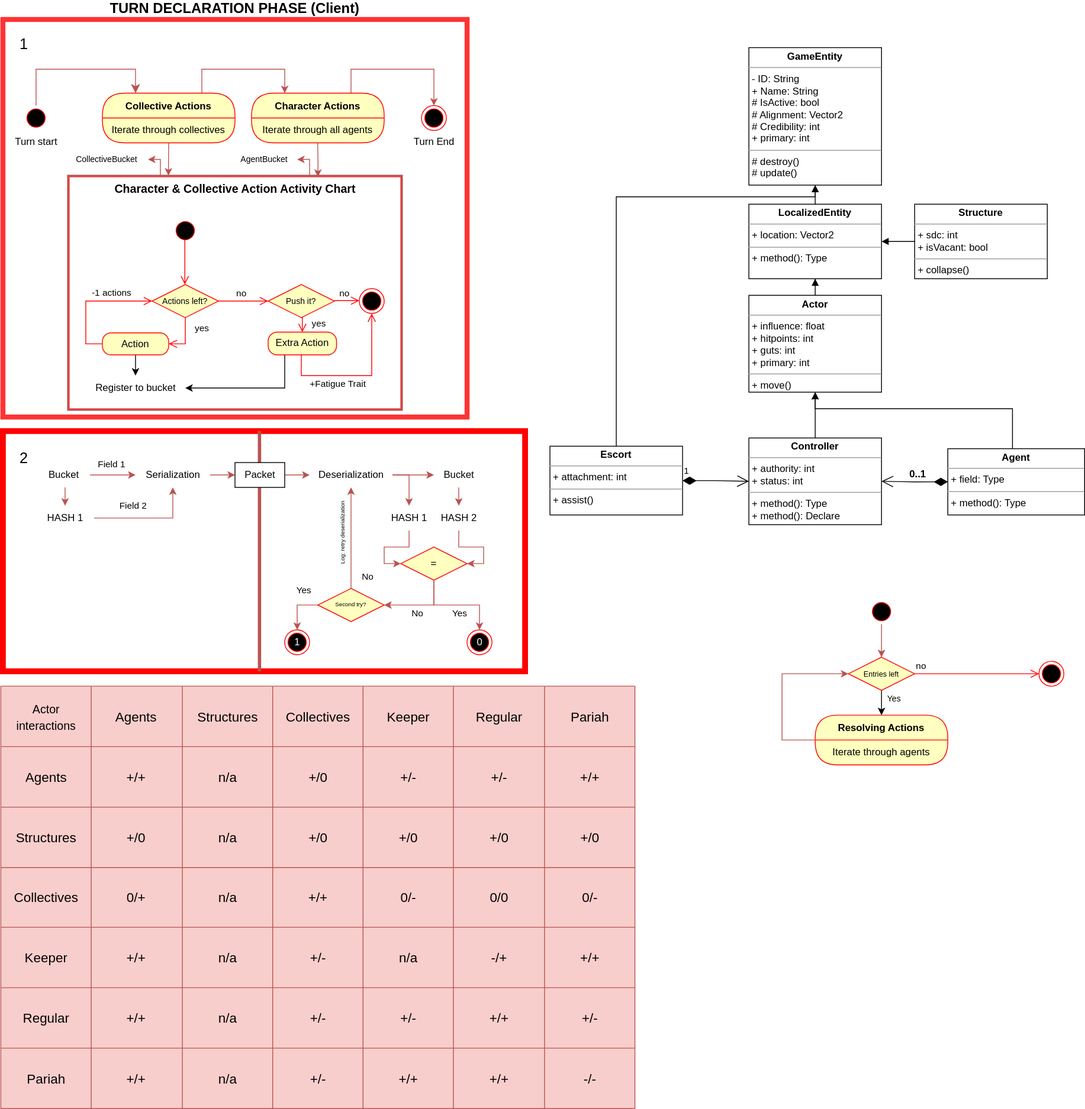
Above: TheProspector/Assets/Schematics/Activity.svg in SakuNurmiranta/TheProspector (draw.io), before the change. Source tidied: cells renumbered, new cells last; positions are measured from the earlier drawing's top-left corner, leaving out a move shared by most shapes.
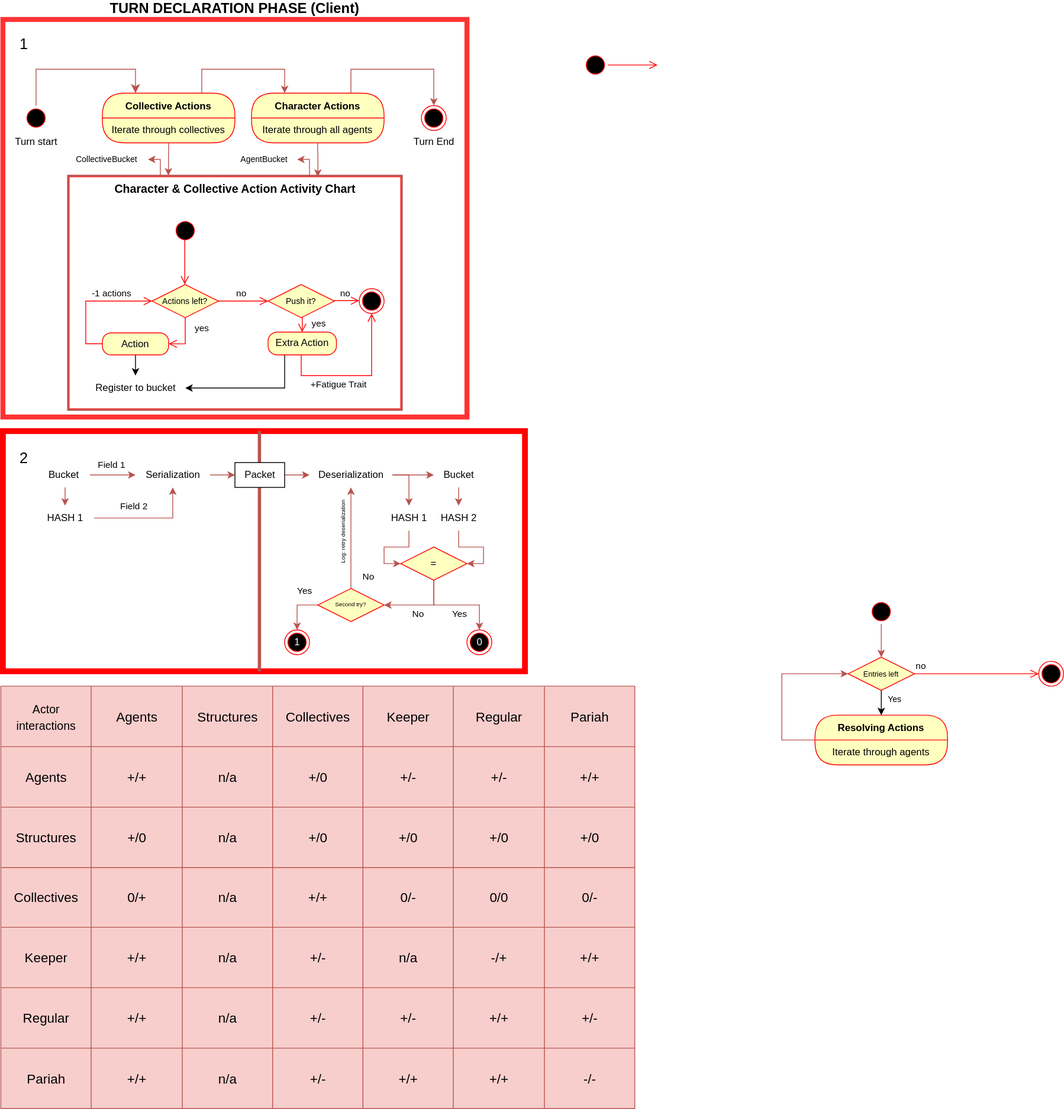
The same file after the commit.

Change to the diagram source:
```diff
@@ -537,60 +537,13 @@
     <mxCell id="147" value="1&lt;br style=&quot;font-size: 18px;&quot;&gt;" style="text;html=1;align=center;verticalAlign=middle;strokeColor=none;fillColor=none;fontSize=18;" parent="1" vertex="1">
       <mxGeometry x="12" y="10" width="30" height="40" as="geometry" />
     </mxCell>
-    <mxCell id="148" value="&lt;p style=&quot;margin:0px;margin-top:4px;text-align:center;&quot;&gt;&lt;b&gt;GameEntity&lt;/b&gt;&lt;/p&gt;&lt;hr size=&quot;1&quot;&gt;&lt;p style=&quot;margin:0px;margin-left:4px;&quot;&gt;- ID: String&lt;/p&gt;&lt;p style=&quot;border-color: var(--border-color); margin: 0px 0px 0px 4px;&quot;&gt;+ Name: String&lt;/p&gt;&lt;p style=&quot;border-color: var(--border-color); margin: 0px 0px 0px 4px;&quot;&gt;# IsActive: bool&lt;/p&gt;&lt;p style=&quot;border-color: var(--border-color); margin: 0px 0px 0px 4px;&quot;&gt;# Alignment: Vector2&lt;/p&gt;&lt;p style=&quot;border-color: var(--border-color); margin: 0px 0px 0px 4px;&quot;&gt;# Credibility: int&lt;/p&gt;&lt;p style=&quot;border-color: var(--border-color); margin: 0px 0px 0px 4px;&quot;&gt;+ primary: int&lt;/p&gt;&lt;hr size=&quot;1&quot;&gt;&lt;p style=&quot;margin:0px;margin-left:4px;&quot;&gt;&lt;span style=&quot;background-color: initial;&quot;&gt;# destroy()&lt;/span&gt;&lt;br&gt;&lt;/p&gt;&lt;p style=&quot;margin:0px;margin-left:4px;&quot;&gt;# update()&lt;/p&gt;" style="verticalAlign=top;align=left;overflow=fill;fontSize=12;fontFamily=Helvetica;html=1;whiteSpace=wrap;" parent="1" vertex="1">
-      <mxGeometry x="902" y="34" width="160" height="166" as="geometry" />
-    </mxCell>
-    <mxCell id="149" style="edgeStyle=orthogonalEdgeStyle;rounded=0;jettySize=auto;html=1;entryX=0.5;entryY=1;entryDx=0;entryDy=0;endArrow=block;endFill=1;" parent="1" edge="1" source="150" target="155">
-      <mxGeometry relative="1" as="geometry" />
-    </mxCell>
-    <mxCell id="150" value="&lt;p style=&quot;margin:0px;margin-top:4px;text-align:center;&quot;&gt;&lt;b&gt;Controller&lt;/b&gt;&lt;/p&gt;&lt;hr size=&quot;1&quot;&gt;&lt;p style=&quot;margin:0px;margin-left:4px;&quot;&gt;+ authority: int&lt;/p&gt;&lt;p style=&quot;margin:0px;margin-left:4px;&quot;&gt;+ status: int&lt;/p&gt;&lt;hr size=&quot;1&quot;&gt;&lt;p style=&quot;margin:0px;margin-left:4px;&quot;&gt;+ method(): Type&lt;/p&gt;&lt;p style=&quot;margin:0px;margin-left:4px;&quot;&gt;+ method(): Declare&lt;/p&gt;" style="verticalAlign=top;align=left;overflow=fill;fontSize=12;fontFamily=Helvetica;html=1;whiteSpace=wrap;" parent="1" vertex="1">
-      <mxGeometry x="902" y="505.3" width="160" height="104.7" as="geometry" />
-    </mxCell>
-    <mxCell id="151" style="edgeStyle=orthogonalEdgeStyle;rounded=0;jettySize=auto;html=1;entryX=0.5;entryY=1;entryDx=0;entryDy=0;" parent="1" edge="1" source="152" target="155">
-      <mxGeometry relative="1" as="geometry">
-        <Array as="points">
-          <mxPoint x="1220" y="470" />
-          <mxPoint x="982" y="470" />
-        </Array>
-      </mxGeometry>
-    </mxCell>
-    <mxCell id="152" value="&lt;p style=&quot;margin:0px;margin-top:4px;text-align:center;&quot;&gt;&lt;b&gt;Agent&lt;/b&gt;&lt;/p&gt;&lt;hr size=&quot;1&quot;&gt;&lt;p style=&quot;margin:0px;margin-left:4px;&quot;&gt;+ field: Type&lt;/p&gt;&lt;hr size=&quot;1&quot;&gt;&lt;p style=&quot;margin:0px;margin-left:4px;&quot;&gt;+ method(): Type&lt;/p&gt;" style="verticalAlign=top;align=left;overflow=fill;fontSize=12;fontFamily=Helvetica;html=1;whiteSpace=wrap;" parent="1" vertex="1">
-      <mxGeometry x="1142" y="518.2" width="165" height="80" as="geometry" />
-    </mxCell>
-    <mxCell id="153" value="&lt;font style=&quot;font-size: 12px;&quot;&gt;&lt;b&gt;0..1&lt;/b&gt;&lt;/font&gt;" style="endArrow=open;html=1;endSize=12;startArrow=diamondThin;startSize=14;startFill=1;edgeStyle=orthogonalEdgeStyle;align=left;verticalAlign=bottom;rounded=0;exitX=0;exitY=0.5;exitDx=0;exitDy=0;entryX=1;entryY=0.5;entryDx=0;entryDy=0;" parent="1" edge="1" source="152" target="150">
-      <mxGeometry x="0.2" relative="1" as="geometry" />
-    </mxCell>
-    <mxCell id="154" style="edgeStyle=orthogonalEdgeStyle;rounded=0;jettySize=auto;html=1;endArrow=block;endFill=1;" parent="1" edge="1" source="155" target="160">
-      <mxGeometry relative="1" as="geometry" />
-    </mxCell>
-    <mxCell id="155" value="&lt;p style=&quot;margin:0px;margin-top:4px;text-align:center;&quot;&gt;&lt;b&gt;Actor&lt;/b&gt;&lt;/p&gt;&lt;hr size=&quot;1&quot;&gt;&lt;p style=&quot;margin:0px;margin-left:4px;&quot;&gt;&lt;span style=&quot;background-color: initial;&quot;&gt;+ influence: float&lt;/span&gt;&lt;br&gt;&lt;/p&gt;&lt;p style=&quot;margin:0px;margin-left:4px;&quot;&gt;&lt;span style=&quot;background-color: initial;&quot;&gt;+ hitpoints: int&lt;/span&gt;&lt;/p&gt;&lt;p style=&quot;margin:0px;margin-left:4px;&quot;&gt;&lt;span style=&quot;background-color: initial;&quot;&gt;+ guts: int&lt;/span&gt;&lt;/p&gt;&lt;p style=&quot;margin:0px;margin-left:4px;&quot;&gt;&lt;span style=&quot;background-color: initial;&quot;&gt;+ primary: int&lt;/span&gt;&lt;/p&gt;&lt;hr size=&quot;1&quot;&gt;&lt;p style=&quot;margin:0px;margin-left:4px;&quot;&gt;+ move()&lt;/p&gt;" style="verticalAlign=top;align=left;overflow=fill;fontSize=12;fontFamily=Helvetica;html=1;whiteSpace=wrap;" parent="1" vertex="1">
-      <mxGeometry x="902" y="333.1" width="160" height="116.9" as="geometry" />
-    </mxCell>
-    <mxCell id="156" style="edgeStyle=orthogonalEdgeStyle;rounded=0;jettySize=auto;html=1;entryX=0.5;entryY=1;entryDx=0;entryDy=0;endArrow=block;endFill=1;" parent="1" edge="1" source="157" target="148">
-      <mxGeometry relative="1" as="geometry">
-        <Array as="points">
-          <mxPoint x="742" y="214.1" />
-          <mxPoint x="982" y="214.1" />
-        </Array>
-      </mxGeometry>
-    </mxCell>
-    <mxCell id="157" value="&lt;p style=&quot;margin:0px;margin-top:4px;text-align:center;&quot;&gt;&lt;b&gt;Escort&lt;/b&gt;&lt;/p&gt;&lt;hr size=&quot;1&quot;&gt;&lt;p style=&quot;margin:0px;margin-left:4px;&quot;&gt;+ attachment: int&lt;br&gt;&lt;/p&gt;&lt;hr size=&quot;1&quot;&gt;&lt;p style=&quot;margin:0px;margin-left:4px;&quot;&gt;+ assist()&lt;/p&gt;" style="verticalAlign=top;align=left;overflow=fill;fontSize=12;fontFamily=Helvetica;html=1;whiteSpace=wrap;" parent="1" vertex="1">
-      <mxGeometry x="662" y="515.2" width="160" height="83" as="geometry" />
-    </mxCell>
-    <mxCell id="158" value="1" style="endArrow=open;html=1;endSize=12;startArrow=diamondThin;startSize=14;startFill=1;edgeStyle=orthogonalEdgeStyle;align=left;verticalAlign=bottom;rounded=0;" parent="1" edge="1" source="157" target="150">
-      <mxGeometry x="-1" y="3" relative="1" as="geometry" />
-    </mxCell>
-    <mxCell id="159" style="edgeStyle=orthogonalEdgeStyle;rounded=0;jettySize=auto;html=1;endArrow=block;endFill=1;" parent="1" edge="1" source="160" target="148">
-      <mxGeometry relative="1" as="geometry" />
-    </mxCell>
-    <mxCell id="160" value="&lt;p style=&quot;margin:0px;margin-top:4px;text-align:center;&quot;&gt;&lt;b&gt;LocalizedEntity&lt;/b&gt;&lt;/p&gt;&lt;hr size=&quot;1&quot;&gt;&lt;p style=&quot;margin:0px;margin-left:4px;&quot;&gt;+ location: Vector2&lt;/p&gt;&lt;hr size=&quot;1&quot;&gt;&lt;p style=&quot;margin:0px;margin-left:4px;&quot;&gt;+ method(): Type&lt;/p&gt;" style="verticalAlign=top;align=left;overflow=fill;fontSize=12;fontFamily=Helvetica;html=1;whiteSpace=wrap;" parent="1" vertex="1">
-      <mxGeometry x="902" y="223.1" width="160" height="90" as="geometry" />
-    </mxCell>
-    <mxCell id="161" style="edgeStyle=orthogonalEdgeStyle;rounded=0;jettySize=auto;html=1;entryX=1;entryY=0.5;entryDx=0;entryDy=0;endArrow=block;endFill=1;" parent="1" edge="1" source="162" target="160">
-      <mxGeometry relative="1" as="geometry" />
+    <mxCell id="161" style="ellipse;html=1;shape=startState;fillColor=#000000;strokeColor=#ff0000;rotation=-90;" parent="1" vertex="1">
+      <mxGeometry x="702" y="40" width="30" height="30" as="geometry" />
     </mxCell>
-    <mxCell id="162" value="&lt;p style=&quot;margin:0px;margin-top:4px;text-align:center;&quot;&gt;&lt;b&gt;Structure&lt;/b&gt;&lt;/p&gt;&lt;hr size=&quot;1&quot;&gt;&lt;p style=&quot;margin:0px;margin-left:4px;&quot;&gt;+ sdc: int&lt;/p&gt;&lt;p style=&quot;margin:0px;margin-left:4px;&quot;&gt;+ isVacant: bool&lt;/p&gt;&lt;hr size=&quot;1&quot;&gt;&lt;p style=&quot;margin:0px;margin-left:4px;&quot;&gt;+ collapse()&lt;/p&gt;" style="verticalAlign=top;align=left;overflow=fill;fontSize=12;fontFamily=Helvetica;html=1;whiteSpace=wrap;" parent="1" vertex="1">
-      <mxGeometry x="1102" y="223.1" width="160" height="90" as="geometry" />
-    </mxCell>
+    <mxCell id="163" style="edgeStyle=orthogonalEdgeStyle;html=1;verticalAlign=bottom;endArrow=open;endSize=8;strokeColor=#ff0000;rounded=0;" parent="1" edge="1" source="161">
+      <mxGeometry relative="1" as="geometry">
+        <mxPoint x="792" y="55" as="targetPoint" />
+      </mxGeometry>
+    </mxCell>
   </root>
 </mxGraphModel>
```
